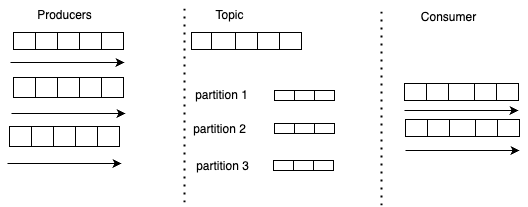
Earlier version of the draw.io export partition.png (singhrakeshgkp/Kafka_springboot). Source tidied: cells renumbered, new cells last; positions are measured from the earlier drawing's top-left corner, leaving out a move shared by most shapes.
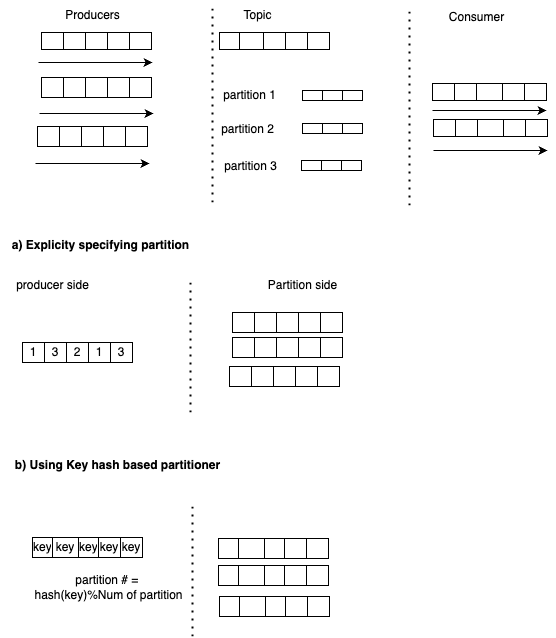
The same file after the commit.

What changed in the source:
```diff
@@ -233,5 +233,200 @@
         <mxPoint x="512" y="150" as="targetPoint" />
       </mxGeometry>
     </mxCell>
+    <mxCell id="72" value="&lt;b&gt;a) Explicity specifying partition&lt;/b&gt;" style="text;html=1;align=center;verticalAlign=middle;strokeColor=none;fillColor=none;" parent="1" vertex="1">
+      <mxGeometry x="-35" y="230" width="200" height="30" as="geometry" />
+    </mxCell>
+    <mxCell id="73" value="producer side" style="text;html=1;align=center;verticalAlign=middle;strokeColor=none;fillColor=none;" parent="1" vertex="1">
+      <mxGeometry x="-33" y="270" width="100" height="30" as="geometry" />
+    </mxCell>
+    <mxCell id="74" value="Partition side" style="text;html=1;align=center;verticalAlign=middle;strokeColor=none;fillColor=none;" parent="1" vertex="1">
+      <mxGeometry x="222" y="270" width="90" height="30" as="geometry" />
+    </mxCell>
+    <mxCell id="75" style="endArrow=none;dashed=1;html=1;dashPattern=1 3;strokeWidth=2;rounded=0;" parent="1" edge="1">
+      <mxGeometry relative="1" as="geometry">
+        <mxPoint x="155" y="412" as="sourcePoint" />
+        <mxPoint x="155" y="278" as="targetPoint" />
+      </mxGeometry>
+    </mxCell>
+    <mxCell id="76" style="shape=table;startSize=0;" parent="1" vertex="1">
+      <mxGeometry x="-13" y="342" width="110" height="20" as="geometry" />
+    </mxCell>
+    <mxCell id="77" style="shape=tableRow;horizontal=0;startSize=0;swimlaneHead=0;swimlaneBody=0;strokeColor=inherit;top=0;left=0;bottom=0;right=0;fillColor=none;" parent="76" vertex="1">
+      <mxGeometry width="110" height="20" as="geometry" />
+    </mxCell>
+    <mxCell id="78" value="1" style="shape=partialRectangle;html=1;whiteSpace=wrap;strokeColor=inherit;overflow=hidden;fillColor=none;top=0;left=0;bottom=0;right=0;" parent="77" vertex="1">
+      <mxGeometry width="22" height="20" as="geometry" />
+    </mxCell>
+    <mxCell id="79" value="3" style="shape=partialRectangle;html=1;whiteSpace=wrap;strokeColor=inherit;overflow=hidden;fillColor=none;top=0;left=0;bottom=0;right=0;" parent="77" vertex="1">
+      <mxGeometry x="22" width="22" height="20" as="geometry" />
+    </mxCell>
+    <mxCell id="80" value="2" style="shape=partialRectangle;html=1;whiteSpace=wrap;strokeColor=inherit;overflow=hidden;fillColor=none;top=0;left=0;bottom=0;right=0;" parent="77" vertex="1">
+      <mxGeometry x="44" width="22" height="20" as="geometry" />
+    </mxCell>
+    <mxCell id="81" value="1" style="shape=partialRectangle;html=1;whiteSpace=wrap;strokeColor=inherit;overflow=hidden;fillColor=none;top=0;left=0;bottom=0;right=0;" parent="77" vertex="1">
+      <mxGeometry x="66" width="22" height="20" as="geometry" />
+    </mxCell>
+    <mxCell id="82" value="3" style="shape=partialRectangle;html=1;whiteSpace=wrap;strokeColor=inherit;overflow=hidden;fillColor=none;top=0;left=0;bottom=0;right=0;" parent="77" vertex="1">
+      <mxGeometry x="88" width="22" height="20" as="geometry" />
+    </mxCell>
+    <mxCell id="83" style="shape=table;startSize=0;" parent="1" vertex="1">
+      <mxGeometry x="197" y="312" width="110" height="20" as="geometry" />
+    </mxCell>
+    <mxCell id="84" style="shape=tableRow;horizontal=0;startSize=0;swimlaneHead=0;swimlaneBody=0;strokeColor=inherit;top=0;left=0;bottom=0;right=0;fillColor=none;" parent="83" vertex="1">
+      <mxGeometry width="110" height="20" as="geometry" />
+    </mxCell>
+    <mxCell id="85" style="shape=partialRectangle;html=1;whiteSpace=wrap;strokeColor=inherit;overflow=hidden;fillColor=none;top=0;left=0;bottom=0;right=0;" parent="84" vertex="1">
+      <mxGeometry width="22" height="20" as="geometry" />
+    </mxCell>
+    <mxCell id="86" style="shape=partialRectangle;html=1;whiteSpace=wrap;strokeColor=inherit;overflow=hidden;fillColor=none;top=0;left=0;bottom=0;right=0;" parent="84" vertex="1">
+      <mxGeometry x="22" width="22" height="20" as="geometry" />
+    </mxCell>
+    <mxCell id="87" style="shape=partialRectangle;html=1;whiteSpace=wrap;strokeColor=inherit;overflow=hidden;fillColor=none;top=0;left=0;bottom=0;right=0;" parent="84" vertex="1">
+      <mxGeometry x="44" width="22" height="20" as="geometry" />
+    </mxCell>
+    <mxCell id="88" style="shape=partialRectangle;html=1;whiteSpace=wrap;strokeColor=inherit;overflow=hidden;fillColor=none;top=0;left=0;bottom=0;right=0;" parent="84" vertex="1">
+      <mxGeometry x="66" width="22" height="20" as="geometry" />
+    </mxCell>
+    <mxCell id="89" style="shape=partialRectangle;html=1;whiteSpace=wrap;strokeColor=inherit;overflow=hidden;fillColor=none;top=0;left=0;bottom=0;right=0;" parent="84" vertex="1">
+      <mxGeometry x="88" width="22" height="20" as="geometry" />
+    </mxCell>
+    <mxCell id="90" style="shape=table;startSize=0;" parent="1" vertex="1">
+      <mxGeometry x="197" y="337" width="110" height="20" as="geometry" />
+    </mxCell>
+    <mxCell id="91" style="shape=tableRow;horizontal=0;startSize=0;swimlaneHead=0;swimlaneBody=0;strokeColor=inherit;top=0;left=0;bottom=0;right=0;fillColor=none;" parent="90" vertex="1">
+      <mxGeometry width="110" height="20" as="geometry" />
+    </mxCell>
+    <mxCell id="92" style="shape=partialRectangle;html=1;whiteSpace=wrap;strokeColor=inherit;overflow=hidden;fillColor=none;top=0;left=0;bottom=0;right=0;" parent="91" vertex="1">
+      <mxGeometry width="22" height="20" as="geometry" />
+    </mxCell>
+    <mxCell id="93" style="shape=partialRectangle;html=1;whiteSpace=wrap;strokeColor=inherit;overflow=hidden;fillColor=none;top=0;left=0;bottom=0;right=0;" parent="91" vertex="1">
+      <mxGeometry x="22" width="22" height="20" as="geometry" />
+    </mxCell>
+    <mxCell id="94" style="shape=partialRectangle;html=1;whiteSpace=wrap;strokeColor=inherit;overflow=hidden;fillColor=none;top=0;left=0;bottom=0;right=0;" parent="91" vertex="1">
+      <mxGeometry x="44" width="22" height="20" as="geometry" />
+    </mxCell>
+    <mxCell id="95" style="shape=partialRectangle;html=1;whiteSpace=wrap;strokeColor=inherit;overflow=hidden;fillColor=none;top=0;left=0;bottom=0;right=0;" parent="91" vertex="1">
+      <mxGeometry x="66" width="22" height="20" as="geometry" />
+    </mxCell>
+    <mxCell id="96" style="shape=partialRectangle;html=1;whiteSpace=wrap;strokeColor=inherit;overflow=hidden;fillColor=none;top=0;left=0;bottom=0;right=0;" parent="91" vertex="1">
+      <mxGeometry x="88" width="22" height="20" as="geometry" />
+    </mxCell>
+    <mxCell id="97" style="shape=table;startSize=0;" parent="1" vertex="1">
+      <mxGeometry x="194" y="366" width="110" height="20" as="geometry" />
+    </mxCell>
+    <mxCell id="98" style="shape=tableRow;horizontal=0;startSize=0;swimlaneHead=0;swimlaneBody=0;strokeColor=inherit;top=0;left=0;bottom=0;right=0;fillColor=none;" parent="97" vertex="1">
+      <mxGeometry width="110" height="20" as="geometry" />
+    </mxCell>
+    <mxCell id="99" style="shape=partialRectangle;html=1;whiteSpace=wrap;strokeColor=inherit;overflow=hidden;fillColor=none;top=0;left=0;bottom=0;right=0;" parent="98" vertex="1">
+      <mxGeometry width="22" height="20" as="geometry" />
+    </mxCell>
+    <mxCell id="100" style="shape=partialRectangle;html=1;whiteSpace=wrap;strokeColor=inherit;overflow=hidden;fillColor=none;top=0;left=0;bottom=0;right=0;" parent="98" vertex="1">
+      <mxGeometry x="22" width="22" height="20" as="geometry" />
+    </mxCell>
+    <mxCell id="101" style="shape=partialRectangle;html=1;whiteSpace=wrap;strokeColor=inherit;overflow=hidden;fillColor=none;top=0;left=0;bottom=0;right=0;" parent="98" vertex="1">
+      <mxGeometry x="44" width="22" height="20" as="geometry" />
+    </mxCell>
+    <mxCell id="102" style="shape=partialRectangle;html=1;whiteSpace=wrap;strokeColor=inherit;overflow=hidden;fillColor=none;top=0;left=0;bottom=0;right=0;" parent="98" vertex="1">
+      <mxGeometry x="66" width="22" height="20" as="geometry" />
+    </mxCell>
+    <mxCell id="103" style="shape=partialRectangle;html=1;whiteSpace=wrap;strokeColor=inherit;overflow=hidden;fillColor=none;top=0;left=0;bottom=0;right=0;" parent="98" vertex="1">
+      <mxGeometry x="88" width="22" height="20" as="geometry" />
+    </mxCell>
+    <mxCell id="104" value="&lt;b&gt;b) Using Key hash based partitioner&lt;/b&gt;" style="text;html=1;align=center;verticalAlign=middle;strokeColor=none;fillColor=none;" parent="1" vertex="1">
+      <mxGeometry x="-33" y="450" width="230" height="30" as="geometry" />
+    </mxCell>
+    <mxCell id="105" style="endArrow=none;dashed=1;html=1;dashPattern=1 3;strokeWidth=2;rounded=0;" parent="1" edge="1">
+      <mxGeometry relative="1" as="geometry">
+        <mxPoint x="157" y="636" as="sourcePoint" />
+        <mxPoint x="157" y="502" as="targetPoint" />
+      </mxGeometry>
+    </mxCell>
+    <mxCell id="106" style="shape=table;startSize=0;" parent="1" vertex="1">
+      <mxGeometry x="-3" y="537" width="110" height="20" as="geometry" />
+    </mxCell>
+    <mxCell id="107" style="shape=tableRow;horizontal=0;startSize=0;swimlaneHead=0;swimlaneBody=0;strokeColor=inherit;top=0;left=0;bottom=0;right=0;fillColor=none;" parent="106" vertex="1">
+      <mxGeometry width="110" height="20" as="geometry" />
+    </mxCell>
+    <mxCell id="108" value="key" style="shape=partialRectangle;html=1;whiteSpace=wrap;strokeColor=inherit;overflow=hidden;fillColor=none;top=0;left=0;bottom=0;right=0;" parent="107" vertex="1">
+      <mxGeometry width="20" height="20" as="geometry" />
+    </mxCell>
+    <mxCell id="109" value="key" style="shape=partialRectangle;html=1;whiteSpace=wrap;strokeColor=inherit;overflow=hidden;fillColor=none;top=0;left=0;bottom=0;right=0;" parent="107" vertex="1">
+      <mxGeometry x="20" width="26" height="20" as="geometry" />
+    </mxCell>
+    <mxCell id="110" value="key" style="shape=partialRectangle;html=1;whiteSpace=wrap;strokeColor=inherit;overflow=hidden;fillColor=none;top=0;left=0;bottom=0;right=0;" parent="107" vertex="1">
+      <mxGeometry x="46" width="20" height="20" as="geometry" />
+    </mxCell>
+    <mxCell id="111" value="key" style="shape=partialRectangle;html=1;whiteSpace=wrap;strokeColor=inherit;overflow=hidden;fillColor=none;top=0;left=0;bottom=0;right=0;" parent="107" vertex="1">
+      <mxGeometry x="66" width="22" height="20" as="geometry" />
+    </mxCell>
+    <mxCell id="112" value="key" style="shape=partialRectangle;html=1;whiteSpace=wrap;strokeColor=inherit;overflow=hidden;fillColor=none;top=0;left=0;bottom=0;right=0;" parent="107" vertex="1">
+      <mxGeometry x="88" width="22" height="20" as="geometry" />
+    </mxCell>
+    <mxCell id="113" style="shape=table;startSize=0;" parent="1" vertex="1">
+      <mxGeometry x="183" y="538" width="110" height="20" as="geometry" />
+    </mxCell>
+    <mxCell id="114" style="shape=tableRow;horizontal=0;startSize=0;swimlaneHead=0;swimlaneBody=0;strokeColor=inherit;top=0;left=0;bottom=0;right=0;fillColor=none;" parent="113" vertex="1">
+      <mxGeometry width="110" height="20" as="geometry" />
+    </mxCell>
+    <mxCell id="115" style="shape=partialRectangle;html=1;whiteSpace=wrap;strokeColor=inherit;overflow=hidden;fillColor=none;top=0;left=0;bottom=0;right=0;" parent="114" vertex="1">
+      <mxGeometry width="20" height="20" as="geometry" />
+    </mxCell>
+    <mxCell id="116" style="shape=partialRectangle;html=1;whiteSpace=wrap;strokeColor=inherit;overflow=hidden;fillColor=none;top=0;left=0;bottom=0;right=0;" parent="114" vertex="1">
+      <mxGeometry x="20" width="26" height="20" as="geometry" />
+    </mxCell>
+    <mxCell id="117" style="shape=partialRectangle;html=1;whiteSpace=wrap;strokeColor=inherit;overflow=hidden;fillColor=none;top=0;left=0;bottom=0;right=0;" parent="114" vertex="1">
+      <mxGeometry x="46" width="20" height="20" as="geometry" />
+    </mxCell>
+    <mxCell id="118" style="shape=partialRectangle;html=1;whiteSpace=wrap;strokeColor=inherit;overflow=hidden;fillColor=none;top=0;left=0;bottom=0;right=0;" parent="114" vertex="1">
+      <mxGeometry x="66" width="22" height="20" as="geometry" />
+    </mxCell>
+    <mxCell id="119" style="shape=partialRectangle;html=1;whiteSpace=wrap;strokeColor=inherit;overflow=hidden;fillColor=none;top=0;left=0;bottom=0;right=0;" parent="114" vertex="1">
+      <mxGeometry x="88" width="22" height="20" as="geometry" />
+    </mxCell>
+    <mxCell id="120" style="shape=table;startSize=0;" parent="1" vertex="1">
+      <mxGeometry x="183" y="565" width="110" height="20" as="geometry" />
+    </mxCell>
+    <mxCell id="121" style="shape=tableRow;horizontal=0;startSize=0;swimlaneHead=0;swimlaneBody=0;strokeColor=inherit;top=0;left=0;bottom=0;right=0;fillColor=none;" parent="120" vertex="1">
+      <mxGeometry width="110" height="20" as="geometry" />
+    </mxCell>
+    <mxCell id="122" style="shape=partialRectangle;html=1;whiteSpace=wrap;strokeColor=inherit;overflow=hidden;fillColor=none;top=0;left=0;bottom=0;right=0;" parent="121" vertex="1">
+      <mxGeometry width="20" height="20" as="geometry" />
+    </mxCell>
+    <mxCell id="123" style="shape=partialRectangle;html=1;whiteSpace=wrap;strokeColor=inherit;overflow=hidden;fillColor=none;top=0;left=0;bottom=0;right=0;" parent="121" vertex="1">
+      <mxGeometry x="20" width="26" height="20" as="geometry" />
+    </mxCell>
+    <mxCell id="124" style="shape=partialRectangle;html=1;whiteSpace=wrap;strokeColor=inherit;overflow=hidden;fillColor=none;top=0;left=0;bottom=0;right=0;" parent="121" vertex="1">
+      <mxGeometry x="46" width="20" height="20" as="geometry" />
+    </mxCell>
+    <mxCell id="125" style="shape=partialRectangle;html=1;whiteSpace=wrap;strokeColor=inherit;overflow=hidden;fillColor=none;top=0;left=0;bottom=0;right=0;" parent="121" vertex="1">
+      <mxGeometry x="66" width="22" height="20" as="geometry" />
+    </mxCell>
+    <mxCell id="126" style="shape=partialRectangle;html=1;whiteSpace=wrap;strokeColor=inherit;overflow=hidden;fillColor=none;top=0;left=0;bottom=0;right=0;" parent="121" vertex="1">
+      <mxGeometry x="88" width="22" height="20" as="geometry" />
+    </mxCell>
+    <mxCell id="127" style="shape=table;startSize=0;" parent="1" vertex="1">
+      <mxGeometry x="184" y="596" width="110" height="20" as="geometry" />
+    </mxCell>
+    <mxCell id="128" style="shape=tableRow;horizontal=0;startSize=0;swimlaneHead=0;swimlaneBody=0;strokeColor=inherit;top=0;left=0;bottom=0;right=0;fillColor=none;" parent="127" vertex="1">
+      <mxGeometry width="110" height="20" as="geometry" />
+    </mxCell>
+    <mxCell id="129" style="shape=partialRectangle;html=1;whiteSpace=wrap;strokeColor=inherit;overflow=hidden;fillColor=none;top=0;left=0;bottom=0;right=0;" parent="128" vertex="1">
+      <mxGeometry width="20" height="20" as="geometry" />
+    </mxCell>
+    <mxCell id="130" style="shape=partialRectangle;html=1;whiteSpace=wrap;strokeColor=inherit;overflow=hidden;fillColor=none;top=0;left=0;bottom=0;right=0;" parent="128" vertex="1">
+      <mxGeometry x="20" width="26" height="20" as="geometry" />
+    </mxCell>
+    <mxCell id="131" style="shape=partialRectangle;html=1;whiteSpace=wrap;strokeColor=inherit;overflow=hidden;fillColor=none;top=0;left=0;bottom=0;right=0;" parent="128" vertex="1">
+      <mxGeometry x="46" width="20" height="20" as="geometry" />
+    </mxCell>
+    <mxCell id="132" style="shape=partialRectangle;html=1;whiteSpace=wrap;strokeColor=inherit;overflow=hidden;fillColor=none;top=0;left=0;bottom=0;right=0;" parent="128" vertex="1">
+      <mxGeometry x="66" width="22" height="20" as="geometry" />
+    </mxCell>
+    <mxCell id="133" style="shape=partialRectangle;html=1;whiteSpace=wrap;strokeColor=inherit;overflow=hidden;fillColor=none;top=0;left=0;bottom=0;right=0;" parent="128" vertex="1">
+      <mxGeometry x="88" width="22" height="20" as="geometry" />
+    </mxCell>
+    <mxCell id="134" value="partition # =&amp;nbsp;&lt;div&gt;hash(key)%Num of partition&lt;/div&gt;" style="text;html=1;align=center;verticalAlign=middle;strokeColor=none;fillColor=none;" parent="1" vertex="1">
+      <mxGeometry x="-12" y="567" width="170" height="40" as="geometry" />
+    </mxCell>
   </root>
 </mxGraphModel>
```
